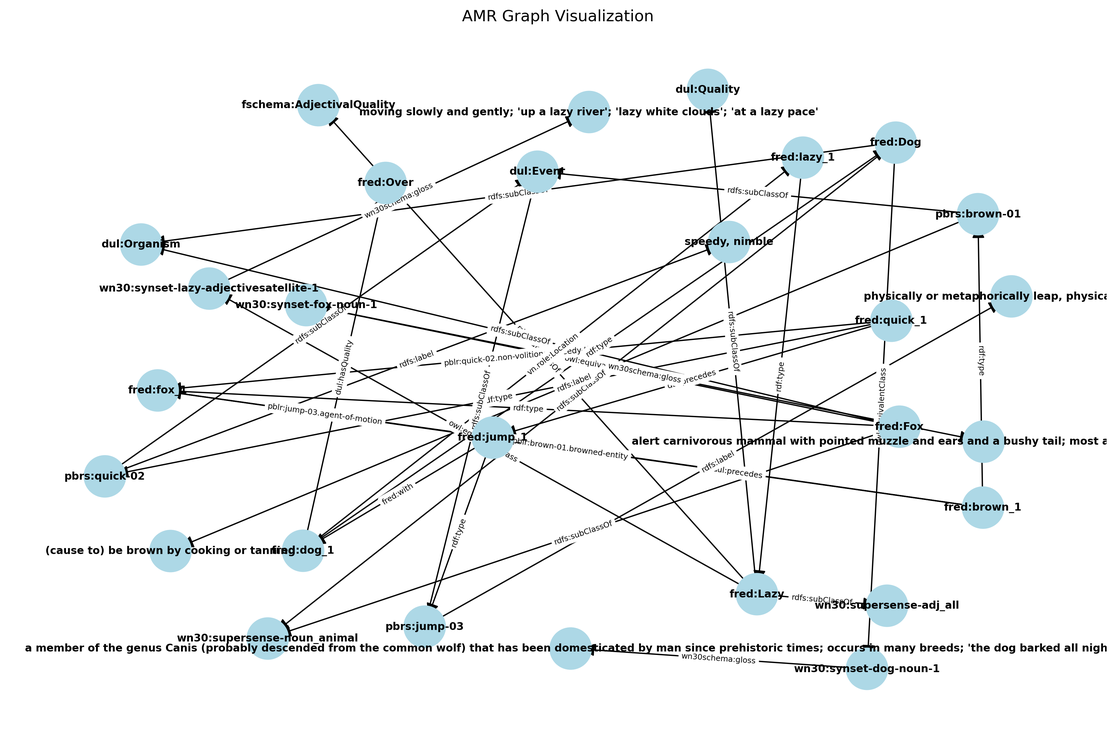
The Graphviz diagram examples/check.png in infovillasimius/py_amr2fred, before a commit. Its source is kept beside it as examples/check.dot.
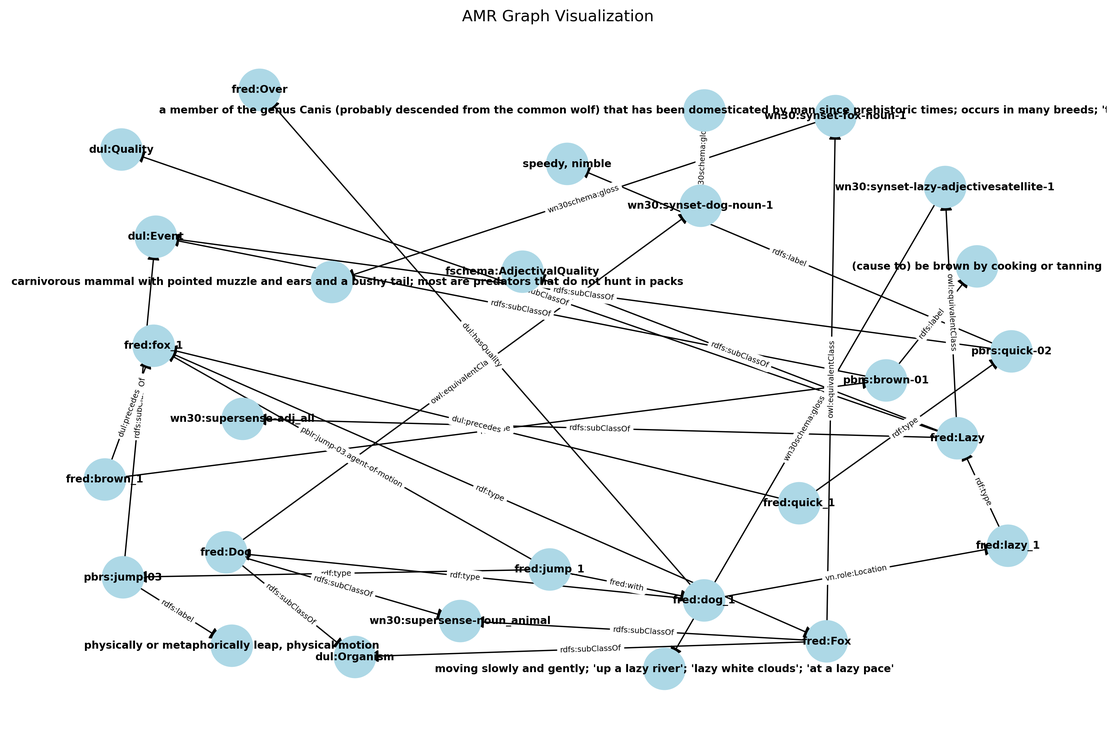
After the commit.

Diff of the diagram source:
```diff
@@ -1,100 +1,94 @@
-digraph {\n charset="utf-8" \n"fred:Lazy" [label="fred:Lazy", shape=box, color="0.5 0.3 0.5"];
-"wn30:supersense-adj_all" [label="wn30:supersense-adj_all", shape=box, color="1.0 0.3 0.7"];
-"fred:Lazy" -> "wn30:supersense-adj_all" [label="rdfs:subClassOf"];
-"fred:fox_1" [label="fred:fox_1", shape=box, color="0.5 0.3 0.5"];
-"fred:Fox" [label="fred:Fox", shape=box, color="0.5 0.3 0.5"];
-"fred:fox_1" -> "fred:Fox" [label="rdf:type"];
-"fred:jump_1" [label="fred:jump_1", shape=box, color="0.5 0.3 0.5"];
-"fred:fox_1" [label="fred:fox_1", shape=box, color="0.5 0.3 0.5"];
-"fred:jump_1" -> "fred:fox_1" [label="pblr:jump-03.agent-of-motion"];
-"fred:quick_1" [label="fred:quick_1", shape=box, color="0.5 0.3 0.5"];
-"fred:fox_1" [label="fred:fox_1", shape=box, color="0.5 0.3 0.5"];
-"fred:quick_1" -> "fred:fox_1" [label="pblr:quick-02.non-volitional-speedy-thing"];
-"fred:Fox" [label="fred:Fox", shape=box, color="0.5 0.3 0.5"];
-"wn30:supersense-noun_animal" [label="wn30:supersense-noun_animal", shape=box, color="1.0 0.3 0.7"];
-"fred:Fox" -> "wn30:supersense-noun_animal" [label="rdfs:subClassOf"];
+digraph {\n charset="utf-8" \n"fred:jump_1" [label="fred:jump_1", shape=box, color="0.5 0.3 0.5"];
+"pbrs:jump-03" [label="pbrs:jump-03", shape=box, color="1.0 0.3 0.7"];
+"fred:jump_1" -> "pbrs:jump-03" [label="rdf:type"];
+"pbrs:quick-02" [label="pbrs:quick-02", shape=box, color="1.0 0.3 0.7"];
+"dul:Event" [label="dul:Event", shape=box, color="1.0 0.3 0.7"];
+"pbrs:quick-02" -> "dul:Event" [label="rdfs:subClassOf"];
 "fred:Dog" [label="fred:Dog", shape=box, color="0.5 0.3 0.5"];
 "dul:Organism" [label="dul:Organism", shape=box, color="1.0 0.3 0.7"];
 "fred:Dog" -> "dul:Organism" [label="rdfs:subClassOf"];
-"fred:dog_1" [label="fred:dog_1", shape=box, color="0.5 0.3 0.5"];
-"fred:Over" [label="fred:Over", shape=box, color="0.5 0.3 0.5"];
-"fred:dog_1" -> "fred:Over" [label="dul:hasQuality"];
-"wn30:synset-lazy-adjectivesatellite-1" [label="wn30:synset-lazy-adjectivesatellite-1", shape=box, color="1.0 0.3 0.7"];
-"moving slowly and gently; 'up a lazy river'; 'lazy white clouds'; 'at a lazy pace'" [label="moving slowly and gently; 'up a lazy river'; 'lazy white clouds'; 'at a lazy pace'", shape=box, color="1.0 0.3 0.7"];
-"wn30:synset-lazy-adjectivesatellite-1" -> "moving slowly and gently; 'up a lazy river'; 'lazy white clouds'; 'at a lazy pace'" [label="wn30schema:gloss"];
-"fred:Lazy" [label="fred:Lazy", shape=box, color="0.5 0.3 0.5"];
-"wn30:synset-lazy-adjectivesatellite-1" [label="wn30:synset-lazy-adjectivesatellite-1", shape=box, color="1.0 0.3 0.7"];
-"fred:Lazy" -> "wn30:synset-lazy-adjectivesatellite-1" [label="owl:equivalentClass"];
-"pbrs:quick-02" [label="pbrs:quick-02", shape=box, color="1.0 0.3 0.7"];
-"speedy, nimble" [label="speedy, nimble", shape=box, color="1.0 0.3 0.7"];
-"pbrs:quick-02" -> "speedy, nimble" [label="rdfs:label"];
 "fred:Lazy" [label="fred:Lazy", shape=box, color="0.5 0.3 0.5"];
 "dul:Quality" [label="dul:Quality", shape=box, color="1.0 0.3 0.7"];
 "fred:Lazy" -> "dul:Quality" [label="rdfs:subClassOf"];
-"pbrs:brown-01" [label="pbrs:brown-01", shape=box, color="1.0 0.3 0.7"];
-"(cause to) be brown by cooking or tanning" [label="(cause to) be brown by cooking or tanning", shape=box, color="1.0 0.3 0.7"];
-"pbrs:brown-01" -> "(cause to) be brown by cooking or tanning" [label="rdfs:label"];
-"wn30:synset-fox-noun-1" [label="wn30:synset-fox-noun-1", shape=box, color="1.0 0.3 0.7"];
-"alert carnivorous mammal with pointed muzzle and ears and a bushy tail; most are predators that do not hunt in packs" [label="alert carnivorous mammal with pointed muzzle and ears and a bushy tail; most are predators that do not hunt in packs", shape=box, color="1.0 0.3 0.7"];
-"wn30:synset-fox-noun-1" -> "alert carnivorous mammal with pointed muzzle and ears and a bushy tail; most are predators that do not hunt in packs" [label="wn30schema:gloss"];
-"fred:brown_1" [label="fred:brown_1", shape=box, color="0.5 0.3 0.5"];
-"fred:jump_1" [label="fred:jump_1", shape=box, color="0.5 0.3 0.5"];
-"fred:brown_1" -> "fred:jump_1" [label="dul:precedes"];
-"fred:jump_1" [label="fred:jump_1", shape=box, color="0.5 0.3 0.5"];
-"fred:dog_1" [label="fred:dog_1", shape=box, color="0.5 0.3 0.5"];
-"fred:jump_1" -> "fred:dog_1" [label="fred:with"];
-"pbrs:quick-02" [label="pbrs:quick-02", shape=box, color="1.0 0.3 0.7"];
-"dul:Event" [label="dul:Event", shape=box, color="1.0 0.3 0.7"];
-"pbrs:quick-02" -> "dul:Event" [label="rdfs:subClassOf"];
-"fred:dog_1" [label="fred:dog_1", shape=box, color="0.5 0.3 0.5"];
-"fred:Dog" [label="fred:Dog", shape=box, color="0.5 0.3 0.5"];
-"fred:dog_1" -> "fred:Dog" [label="rdf:type"];
-"wn30:synset-dog-noun-1" [label="wn30:synset-dog-noun-1", shape=box, color="1.0 0.3 0.7"];
-"a member of the genus Canis (probably descended from the common wolf) that has been domesticated by man since prehistoric times; occurs in many breeds; 'the dog barked all night'" [label="a member of the genus Canis (probably descended from the common wolf) that has been domesticated by man since prehistoric times; occurs in many breeds; 'the dog barked all night'", shape=box, color="1.0 0.3 0.7"];
-"wn30:synset-dog-noun-1" -> "a member of the genus Canis (probably descended from the common wolf) that has been domesticated by man since prehistoric times; occurs in many breeds; 'the dog barked all night'" [label="wn30schema:gloss"];
 "fred:brown_1" [label="fred:brown_1", shape=box, color="0.5 0.3 0.5"];
 "pbrs:brown-01" [label="pbrs:brown-01", shape=box, color="1.0 0.3 0.7"];
 "fred:brown_1" -> "pbrs:brown-01" [label="rdf:type"];
 "fred:Fox" [label="fred:Fox", shape=box, color="0.5 0.3 0.5"];
-"dul:Organism" [label="dul:Organism", shape=box, color="1.0 0.3 0.7"];
-"fred:Fox" -> "dul:Organism" [label="rdfs:subClassOf"];
+"wn30:supersense-noun_animal" [label="wn30:supersense-noun_animal", shape=box, color="1.0 0.3 0.7"];
+"fred:Fox" -> "wn30:supersense-noun_animal" [label="rdfs:subClassOf"];
+"fred:Lazy" [label="fred:Lazy", shape=box, color="0.5 0.3 0.5"];
+"wn30:supersense-adj_all" [label="wn30:supersense-adj_all", shape=box, color="1.0 0.3 0.7"];
+"fred:Lazy" -> "wn30:supersense-adj_all" [label="rdfs:subClassOf"];
+"fred:jump_1" [label="fred:jump_1", shape=box, color="0.5 0.3 0.5"];
+"fred:fox_1" [label="fred:fox_1", shape=box, color="0.5 0.3 0.5"];
+"fred:jump_1" -> "fred:fox_1" [label="pblr:jump-03.agent-of-motion"];
+"fred:dog_1" [label="fred:dog_1", shape=box, color="0.5 0.3 0.5"];
+"fred:Dog" [label="fred:Dog", shape=box, color="0.5 0.3 0.5"];
+"fred:dog_1" -> "fred:Dog" [label="rdf:type"];
+"fred:quick_1" [label="fred:quick_1", shape=box, color="0.5 0.3 0.5"];
+"fred:fox_1" [label="fred:fox_1", shape=box, color="0.5 0.3 0.5"];
+"fred:quick_1" -> "fred:fox_1" [label="dul:precedes"];
+"fred:brown_1" [label="fred:brown_1", shape=box, color="0.5 0.3 0.5"];
+"fred:fox_1" [label="fred:fox_1", shape=box, color="0.5 0.3 0.5"];
+"fred:brown_1" -> "fred:fox_1" [label="dul:precedes"];
+"fred:Lazy" [label="fred:Lazy", shape=box, color="0.5 0.3 0.5"];
+"wn30:synset-lazy-adjectivesatellite-1" [label="wn30:synset-lazy-adjectivesatellite-1", shape=box, color="1.0 0.3 0.7"];
+"fred:Lazy" -> "wn30:synset-lazy-adjectivesatellite-1" [label="owl:equivalentClass"];
+"fred:Dog" [label="fred:Dog", shape=box, color="0.5 0.3 0.5"];
+"wn30:synset-dog-noun-1" [label="wn30:synset-dog-noun-1", shape=box, color="1.0 0.3 0.7"];
+"fred:Dog" -> "wn30:synset-dog-noun-1" [label="owl:equivalentClass"];
+"pbrs:brown-01" [label="pbrs:brown-01", shape=box, color="1.0 0.3 0.7"];
+"(cause to) be brown by cooking or tanning" [label="(cause to) be brown by cooking or tanning", shape=box, color="1.0 0.3 0.7"];
+"pbrs:brown-01" -> "(cause to) be brown by cooking or tanning" [label="rdfs:label"];
 "pbrs:brown-01" [label="pbrs:brown-01", shape=box, color="1.0 0.3 0.7"];
 "dul:Event" [label="dul:Event", shape=box, color="1.0 0.3 0.7"];
 "pbrs:brown-01" -> "dul:Event" [label="rdfs:subClassOf"];
+"fred:dog_1" [label="fred:dog_1", shape=box, color="0.5 0.3 0.5"];
+"fred:Over" [label="fred:Over", shape=box, color="0.5 0.3 0.5"];
+"fred:dog_1" -> "fred:Over" [label="dul:hasQuality"];
+"fred:dog_1" [label="fred:dog_1", shape=box, color="0.5 0.3 0.5"];
+"fred:lazy_1" [label="fred:lazy_1", shape=box, color="0.5 0.3 0.5"];
+"fred:dog_1" -> "fred:lazy_1" [label="vn.role:Location"];
+"pbrs:quick-02" [label="pbrs:quick-02", shape=box, color="1.0 0.3 0.7"];
+"speedy, nimble" [label="speedy, nimble", shape=box, color="1.0 0.3 0.7"];
+"pbrs:quick-02" -> "speedy, nimble" [label="rdfs:label"];
+"fred:Fox" [label="fred:Fox", shape=box, color="0.5 0.3 0.5"];
+"dul:Organism" [label="dul:Organism", shape=box, color="1.0 0.3 0.7"];
+"fred:Fox" -> "dul:Organism" [label="rdfs:subClassOf"];
+"fred:fox_1" [label="fred:fox_1", shape=box, color="0.5 0.3 0.5"];
+"fred:Fox" [label="fred:Fox", shape=box, color="0.5 0.3 0.5"];
+"fred:fox_1" -> "fred:Fox" [label="rdf:type"];
+"fred:Fox" [label="fred:Fox", shape=box, color="0.5 0.3 0.5"];
+"wn30:synset-fox-noun-1" [label="wn30:synset-fox-noun-1", shape=box, color="1.0 0.3 0.7"];
+"fred:Fox" -> "wn30:synset-fox-noun-1" [label="owl:equivalentClass"];
 "fred:jump_1" [label="fred:jump_1", shape=box, color="0.5 0.3 0.5"];
+"fred:dog_1" [label="fred:dog_1", shape=box, color="0.5 0.3 0.5"];
+"fred:jump_1" -> "fred:dog_1" [label="fred:with"];
 "pbrs:jump-03" [label="pbrs:jump-03", shape=box, color="1.0 0.3 0.7"];
-"fred:jump_1" -> "pbrs:jump-03" [label="rdf:type"];
+"dul:Event" [label="dul:Event", shape=box, color="1.0 0.3 0.7"];
+"pbrs:jump-03" -> "dul:Event" [label="rdfs:subClassOf"];
 "fred:Dog" [label="fred:Dog", shape=box, color="0.5 0.3 0.5"];
 "wn30:supersense-noun_animal" [label="wn30:supersense-noun_animal", shape=box, color="1.0 0.3 0.7"];
 "fred:Dog" -> "wn30:supersense-noun_animal" [label="rdfs:subClassOf"];
+"wn30:synset-dog-noun-1" [label="wn30:synset-dog-noun-1", shape=box, color="1.0 0.3 0.7"];
+"a member of the genus Canis (probably descended from the common wolf) that has been domesticated by man since prehistoric times; occurs in many breeds; 'the dog barked all night'" [label="a member of the genus Canis (probably descended from the common wolf) that has been domesticated by man since prehistoric times; occurs in many breeds; 'the dog barked all night'", shape=box, color="1.0 0.3 0.7"];
+"wn30:synset-dog-noun-1" -> "a member of the genus Canis (probably descended from the common wolf) that has been domesticated by man since prehistoric times; occurs in many breeds; 'the dog barked all night'" [label="wn30schema:gloss"];
+"fred:quick_1" [label="fred:quick_1", shape=box, color="0.5 0.3 0.5"];
+"pbrs:quick-02" [label="pbrs:quick-02", shape=box, color="1.0 0.3 0.7"];
+"fred:quick_1" -> "pbrs:quick-02" [label="rdf:type"];
+"pbrs:jump-03" [label="pbrs:jump-03", shape=box, color="1.0 0.3 0.7"];
+"physically or metaphorically leap, physical motion" [label="physically or metaphorically leap, physical motion", shape=box, color="1.0 0.3 0.7"];
+"pbrs:jump-03" -> "physically or metaphorically leap, physical motion" [label="rdfs:label"];
+"wn30:synset-fox-noun-1" [label="wn30:synset-fox-noun-1", shape=box, color="1.0 0.3 0.7"];
+"alert carnivorous mammal with pointed muzzle and ears and a bushy tail; most are predators that do not hunt in packs" [label="alert carnivorous mammal with pointed muzzle and ears and a bushy tail; most are predators that do not hunt in packs", shape=box, color="1.0 0.3 0.7"];
+"wn30:synset-fox-noun-1" -> "alert carnivorous mammal with pointed muzzle and ears and a bushy tail; most are predators that do not hunt in packs" [label="wn30schema:gloss"];
 "fred:Lazy" [label="fred:Lazy", shape=box, color="0.5 0.3 0.5"];
 "fschema:AdjectivalQuality" [label="fschema:AdjectivalQuality", shape=box, color="1.0 0.3 0.7"];
 "fred:Lazy" -> "fschema:AdjectivalQuality" [label="rdfs:subClassOf"];
-"pbrs:jump-03" [label="pbrs:jump-03", shape=box, color="1.0 0.3 0.7"];
-"dul:Event" [label="dul:Event", shape=box, color="1.0 0.3 0.7"];
-"pbrs:jump-03" -> "dul:Event" [label="rdfs:subClassOf"];
-"fred:brown_1" [label="fred:brown_1", shape=box, color="0.5 0.3 0.5"];
-"fred:fox_1" [label="fred:fox_1", shape=box, color="0.5 0.3 0.5"];
-"fred:brown_1" -> "fred:fox_1" [label="pblr:brown-01.browned-entity"];
-"fred:dog_1" [label="fred:dog_1", shape=box, color="0.5 0.3 0.5"];
-"fred:lazy_1" [label="fred:lazy_1", shape=box, color="0.5 0.3 0.5"];
-"fred:dog_1" -> "fred:lazy_1" [label="vn.role:Location"];
-"fred:Fox" [label="fred:Fox", shape=box, color="0.5 0.3 0.5"];
-"wn30:synset-fox-noun-1" [label="wn30:synset-fox-noun-1", shape=box, color="1.0 0.3 0.7"];
-"fred:Fox" -> "wn30:synset-fox-noun-1" [label="owl:equivalentClass"];
-"fred:Dog" [label="fred:Dog", shape=box, color="0.5 0.3 0.5"];
-"wn30:synset-dog-noun-1" [label="wn30:synset-dog-noun-1", shape=box, color="1.0 0.3 0.7"];
-"fred:Dog" -> "wn30:synset-dog-noun-1" [label="owl:equivalentClass"];
-"pbrs:jump-03" [label="pbrs:jump-03", shape=box, color="1.0 0.3 0.7"];
-"physically or metaphorically leap, physical motion" [label="physically or metaphorically leap, physical motion", shape=box, color="1.0 0.3 0.7"];
-"pbrs:jump-03" -> "physically or metaphorically leap, physical motion" [label="rdfs:label"];
+"wn30:synset-lazy-adjectivesatellite-1" [label="wn30:synset-lazy-adjectivesatellite-1", shape=box, color="1.0 0.3 0.7"];
+"moving slowly and gently; 'up a lazy river'; 'lazy white clouds'; 'at a lazy pace'" [label="moving slowly and gently; 'up a lazy river'; 'lazy white clouds'; 'at a lazy pace'", shape=box, color="1.0 0.3 0.7"];
+"wn30:synset-lazy-adjectivesatellite-1" -> "moving slowly and gently; 'up a lazy river'; 'lazy white clouds'; 'at a lazy pace'" [label="wn30schema:gloss"];
 "fred:lazy_1" [label="fred:lazy_1", shape=box, color="0.5 0.3 0.5"];
 "fred:Lazy" [label="fred:Lazy", shape=box, color="0.5 0.3 0.5"];
 "fred:lazy_1" -> "fred:Lazy" [label="rdf:type"];
-"fred:quick_1" [label="fred:quick_1", shape=box, color="0.5 0.3 0.5"];
-"fred:jump_1" [label="fred:jump_1", shape=box, color="0.5 0.3 0.5"];
-"fred:quick_1" -> "fred:jump_1" [label="dul:precedes"];
-"fred:quick_1" [label="fred:quick_1", shape=box, color="0.5 0.3 0.5"];
-"pbrs:quick-02" [label="pbrs:quick-02", shape=box, color="1.0 0.3 0.7"];
-"fred:quick_1" -> "pbrs:quick-02" [label="rdf:type"];
 }
```
